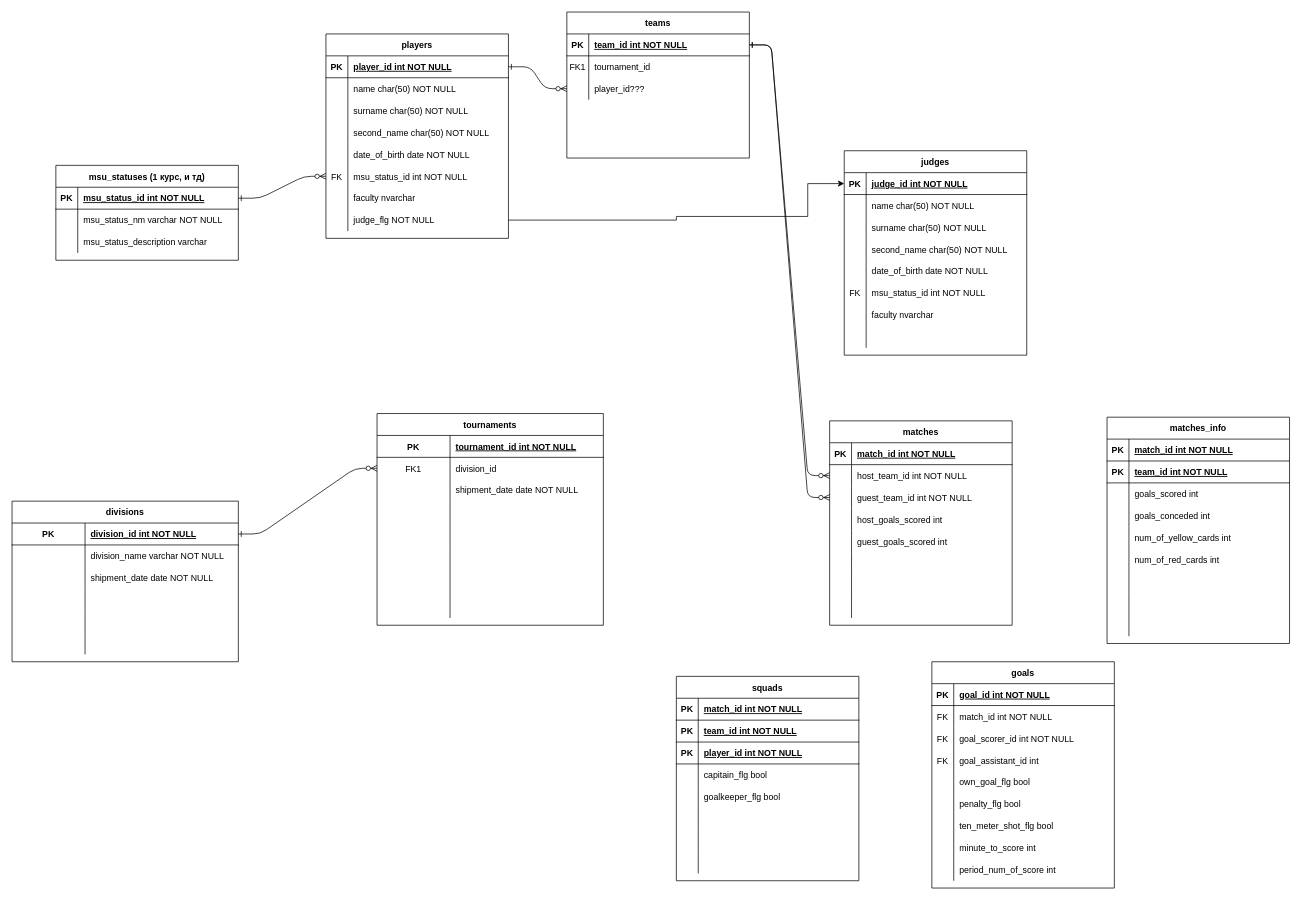
andgorser/Football_site keeps this draw.io diagram as db_schema.drawio. Above is the earlier version. Source tidied: cells renumbered, new cells numbered last; positions are measured from the earlier drawing's top-left corner, leaving out a move shared by most shapes. Both pictures are drawn from the tidied source at 73%, with x=0, y=0 at pixel (12, 12).
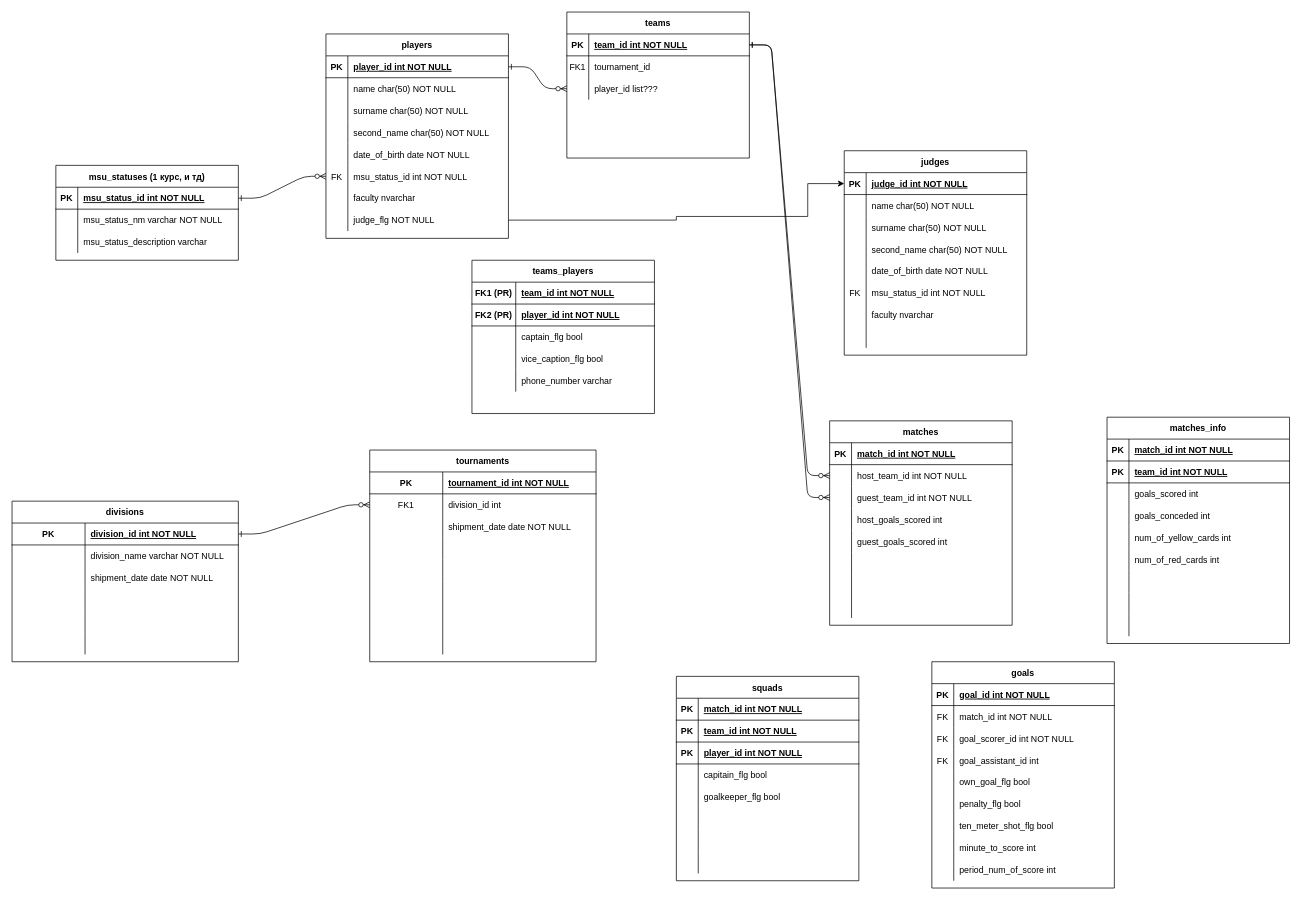
Above is the later version.

The change refers to these unchanged cells:
```xml
<mxCell id="10" style="shape=partialRectangle;fillColor=none;points=[[0,0.5],[1,0.5]];portConstraint=eastwest;top=0;left=0;right=0;bottom=0;" parent="3" vertex="1">
  <mxGeometry y="90" width="250" height="30" as="geometry" />
</mxCell>
<mxCell id="17" style="shape=partialRectangle;fillColor=none;points=[[0,0.5],[1,0.5]];portConstraint=eastwest;top=0;left=0;right=0;bottom=0;" parent="13" vertex="1">
  <mxGeometry y="60" width="310" height="30" as="geometry" />
</mxCell>
```

The edit, as a diff of the source:
```diff
@@
-    <mxCell id="12" value="player_id???" style="shape=partialRectangle;overflow=hidden;fillColor=none;top=0;left=0;bottom=0;right=0;align=left;spacingLeft=6;" parent="10" vertex="1">
+    <mxCell id="12" value="player_id list???" style="shape=partialRectangle;overflow=hidden;fillColor=none;top=0;left=0;bottom=0;right=0;align=left;spacingLeft=6;" parent="10" vertex="1">
       <mxGeometry x="30" width="220" height="30" as="geometry" />
     </mxCell>
     <mxCell id="13" value="tournaments" style="shape=table;startSize=30;childLayout=tableLayout;rowLines=0;fontStyle=1;align=center;" parent="1" vertex="1">
-      <mxGeometry x="500" y="550" width="310" height="290" as="geometry" />
+      <mxGeometry x="490" y="600" width="310" height="290" as="geometry" />
     </mxCell>
@@
-    <mxCell id="19" value="division_id" style="shape=partialRectangle;overflow=hidden;fillColor=none;top=0;left=0;bottom=0;right=0;align=left;spacingLeft=6;" parent="17" vertex="1">
+    <mxCell id="19" value="division_id int" style="shape=partialRectangle;overflow=hidden;fillColor=none;top=0;left=0;bottom=0;right=0;align=left;spacingLeft=6;" parent="17" vertex="1">
       <mxGeometry x="100" width="210" height="30" as="geometry" />
     </mxCell>
@@
+    <mxCell id="222" value="teams_players" style="shape=table;startSize=30;childLayout=tableLayout;rowLines=0;fontStyle=1;align=center;" parent="1" vertex="1">
+      <mxGeometry x="630" y="340" width="250" height="210" as="geometry" />
+    </mxCell>
+    <mxCell id="223" style="shape=partialRectangle;fillColor=none;top=0;left=0;right=0;bottom=1;" parent="222" vertex="1">
+      <mxGeometry y="30" width="250" height="30" as="geometry" />
+    </mxCell>
+    <mxCell id="224" value="FK1 (PR)" style="shape=partialRectangle;overflow=hidden;fillColor=none;top=0;left=0;bottom=0;right=0;fontStyle=1;" parent="223" vertex="1">
+      <mxGeometry width="60" height="30" as="geometry" />
+    </mxCell>
+    <mxCell id="225" value="team_id int NOT NULL " style="shape=partialRectangle;overflow=hidden;fillColor=none;top=0;left=0;bottom=0;right=0;align=left;spacingLeft=6;fontStyle=5;" parent="223" vertex="1">
+      <mxGeometry x="60" width="190" height="30" as="geometry" />
+    </mxCell>
+    <mxCell id="226" style="shape=partialRectangle;fillColor=none;top=0;left=0;right=0;bottom=1;" parent="222" vertex="1">
+      <mxGeometry y="60" width="250" height="30" as="geometry" />
+    </mxCell>
+    <mxCell id="227" value="FK2 (PR)" style="shape=partialRectangle;overflow=hidden;fillColor=none;top=0;left=0;bottom=0;right=0;fontStyle=1;" parent="226" vertex="1">
+      <mxGeometry width="60" height="30" as="geometry" />
+    </mxCell>
+    <mxCell id="228" value="player_id int NOT NULL " style="shape=partialRectangle;overflow=hidden;fillColor=none;top=0;left=0;bottom=0;right=0;align=left;spacingLeft=6;fontStyle=5;" parent="226" vertex="1">
+      <mxGeometry x="60" width="190" height="30" as="geometry" />
+    </mxCell>
+    <mxCell id="229" style="shape=partialRectangle;fillColor=none;top=0;left=0;right=0;bottom=0;" parent="222" vertex="1">
+      <mxGeometry y="90" width="250" height="30" as="geometry" />
+    </mxCell>
+    <mxCell id="230" style="shape=partialRectangle;overflow=hidden;fillColor=none;top=0;left=0;bottom=0;right=0;" parent="229" vertex="1">
+      <mxGeometry width="60" height="30" as="geometry" />
+    </mxCell>
+    <mxCell id="231" value="captain_flg bool" style="shape=partialRectangle;overflow=hidden;fillColor=none;top=0;left=0;bottom=0;right=0;align=left;spacingLeft=6;" parent="229" vertex="1">
+      <mxGeometry x="60" width="190" height="30" as="geometry" />
+    </mxCell>
+    <mxCell id="232" style="shape=partialRectangle;fillColor=none;top=0;left=0;right=0;bottom=0;" parent="222" vertex="1">
+      <mxGeometry y="120" width="250" height="30" as="geometry" />
+    </mxCell>
+    <mxCell id="233" style="shape=partialRectangle;overflow=hidden;fillColor=none;top=0;left=0;bottom=0;right=0;" parent="232" vertex="1">
+      <mxGeometry width="60" height="30" as="geometry" />
+    </mxCell>
+    <mxCell id="234" value="vice_caption_flg bool" style="shape=partialRectangle;overflow=hidden;fillColor=none;top=0;left=0;bottom=0;right=0;align=left;spacingLeft=6;" parent="232" vertex="1">
+      <mxGeometry x="60" width="190" height="30" as="geometry" />
+    </mxCell>
+    <mxCell id="235" style="shape=partialRectangle;fillColor=none;top=0;left=0;right=0;bottom=0;" parent="222" vertex="1">
+      <mxGeometry y="150" width="250" height="30" as="geometry" />
+    </mxCell>
+    <mxCell id="236" style="shape=partialRectangle;overflow=hidden;fillColor=none;top=0;left=0;bottom=0;right=0;" parent="235" vertex="1">
+      <mxGeometry width="60" height="30" as="geometry" />
+    </mxCell>
+    <mxCell id="237" value="phone_number varchar" style="shape=partialRectangle;overflow=hidden;fillColor=none;top=0;left=0;bottom=0;right=0;align=left;spacingLeft=6;" parent="235" vertex="1">
+      <mxGeometry x="60" width="190" height="30" as="geometry" />
+    </mxCell>
```
